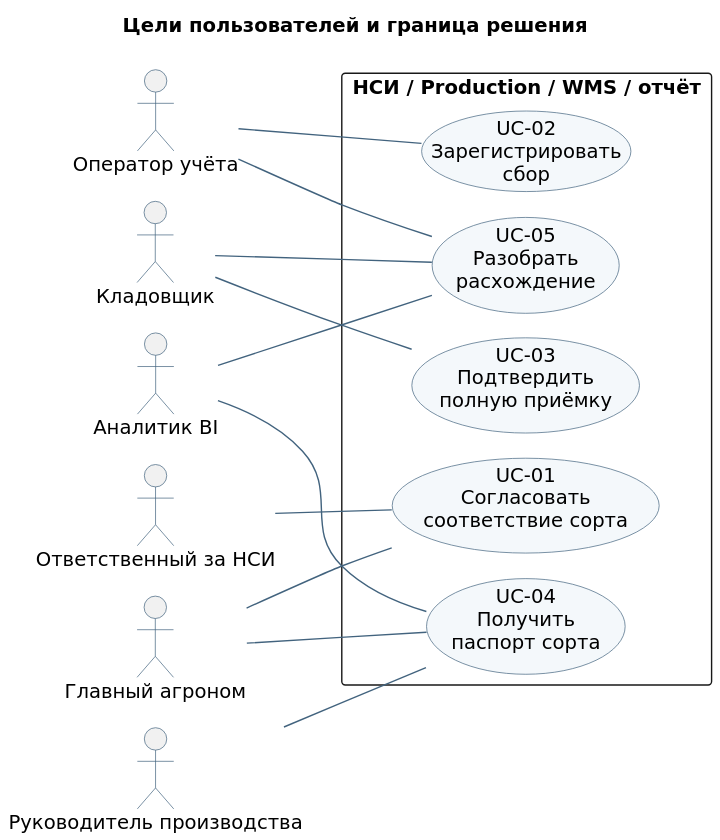
Before: agritech/diagrams/rendered/use-cases.svg, a diagram exported from PlantUML (spicerrr/sa-portfolio).
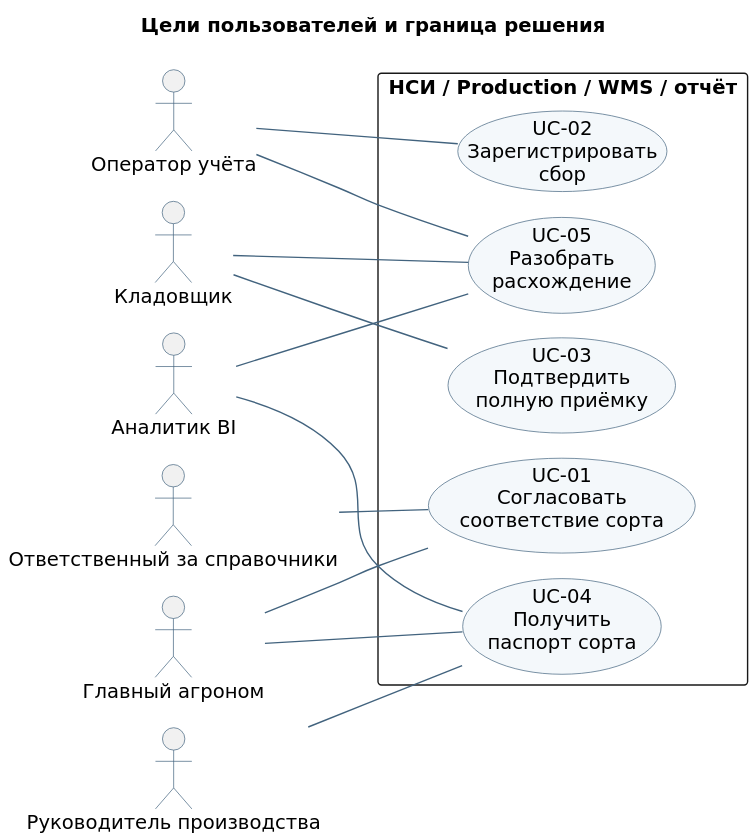
Above is the later version.

What changed in the source:
```diff
@@ -14,7 +14,7 @@
 skinparam noteBorderColor #A79151
 left to right direction
 title Цели пользователей и граница решения
-actor "Ответственный за НСИ" as MDM
+actor "Ответственный за справочники" as MDM
 actor "Главный агроном" as Agronom
 actor "Оператор учёта" as Operator
 actor "Кладовщик" as Warehouse
```
